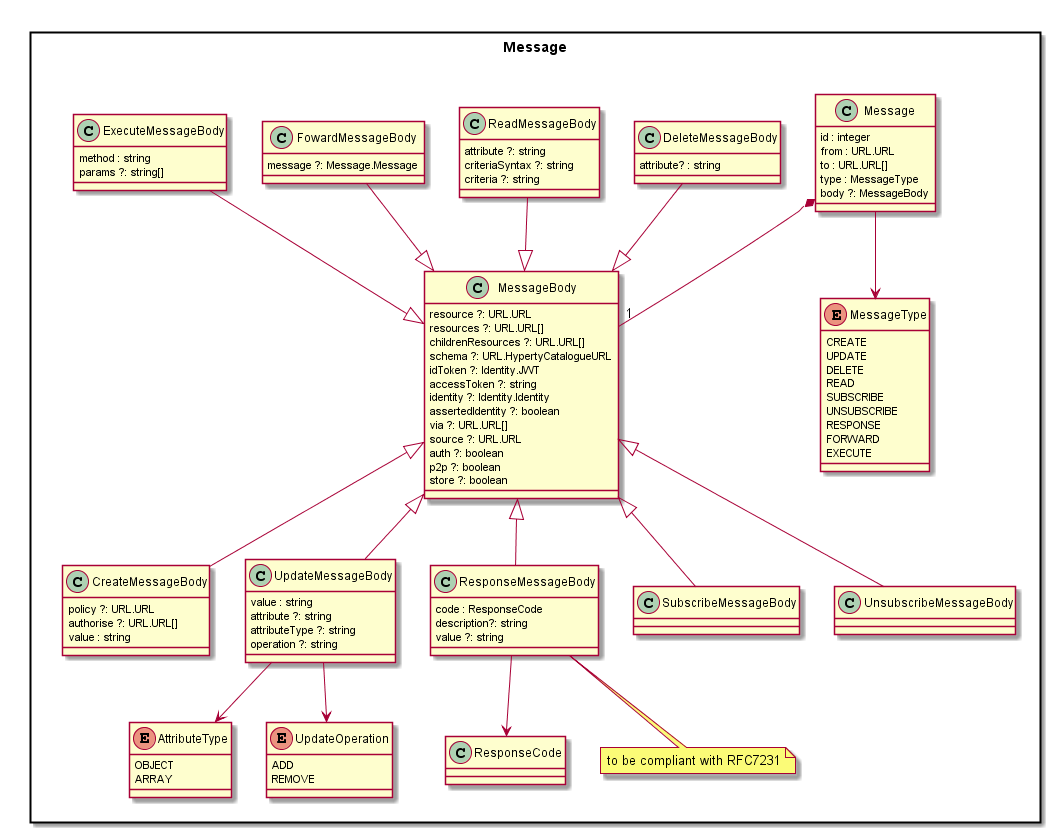
The PlantUML diagram datamodel/core/message/Message-Data-Model.png in reTHINK-project/specs, before a commit.
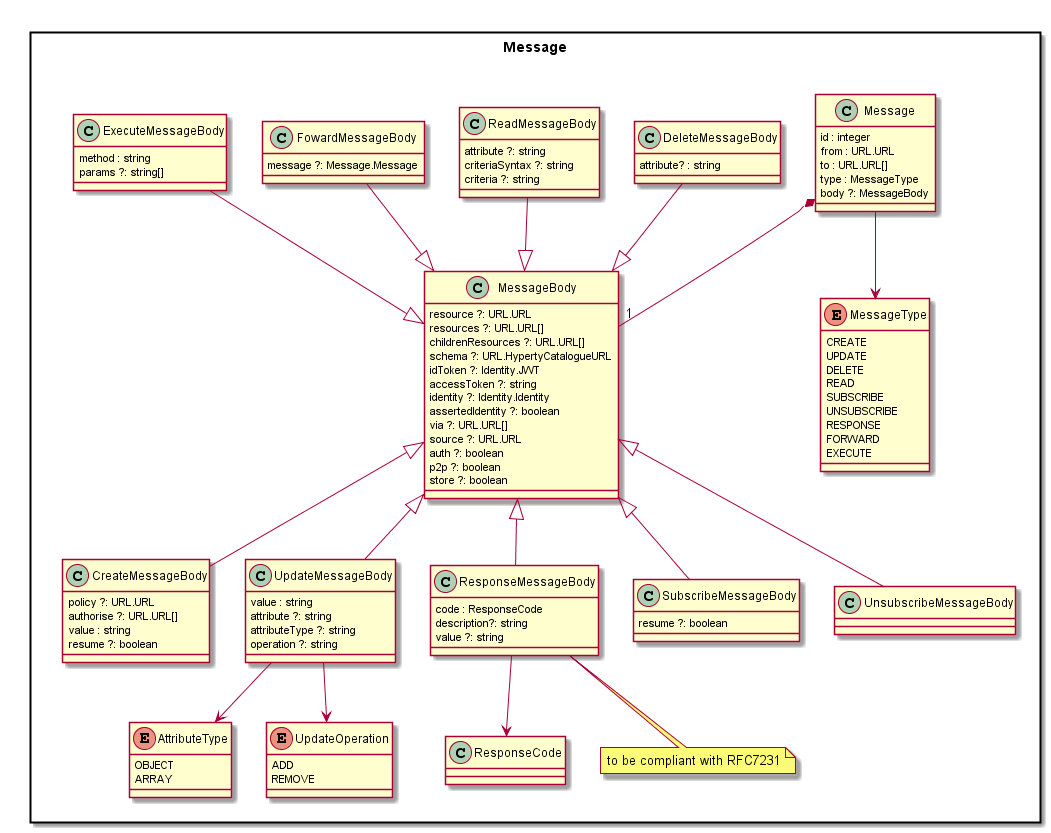
Later version of the same file.

Commit message:
Messages spec update: Added "resume" attribute to "create" and "subscribe" messages to clearly set these messages are used to resume reporters or observers.

Diff of the diagram source:
```diff
@@ -30,6 +30,7 @@
 		policy ?: URL.URL
 		authorise ?: URL.URL[]
 		value : string
+		resume ?: boolean
 	}
 
 	class UpdateMessageBody {
@@ -60,6 +61,7 @@
 	}
 
 	class SubscribeMessageBody {
+		resume ?: boolean
 	}
 
 	class UnsubscribeMessageBody {
```
